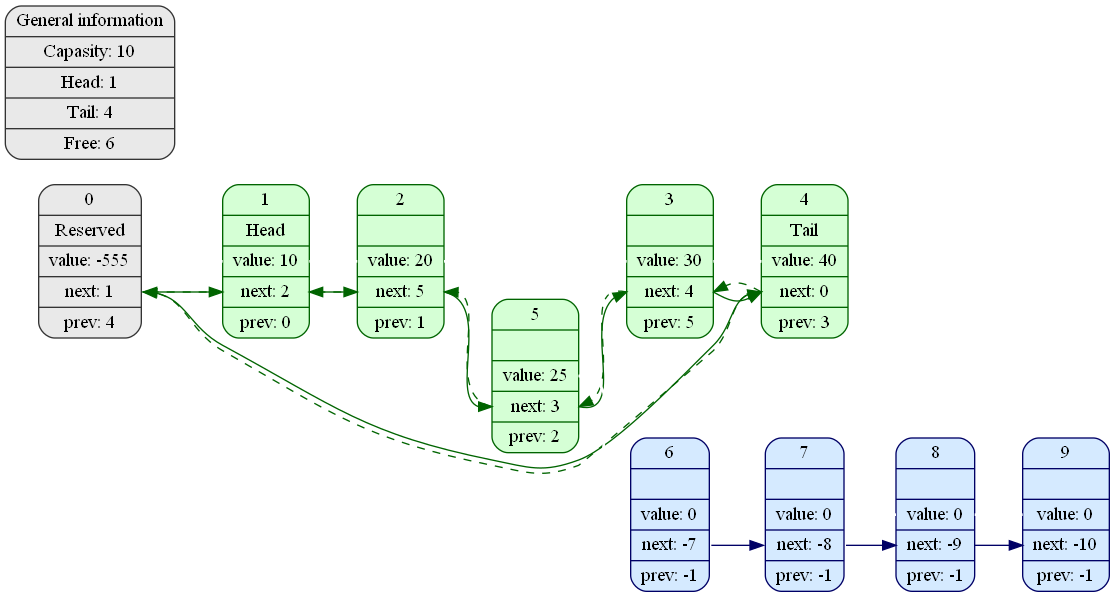
Above: ListPicture.png in KuchinaMA/Lists (Graphviz), before the change. Its source is kept beside it as ListPicture.dot.
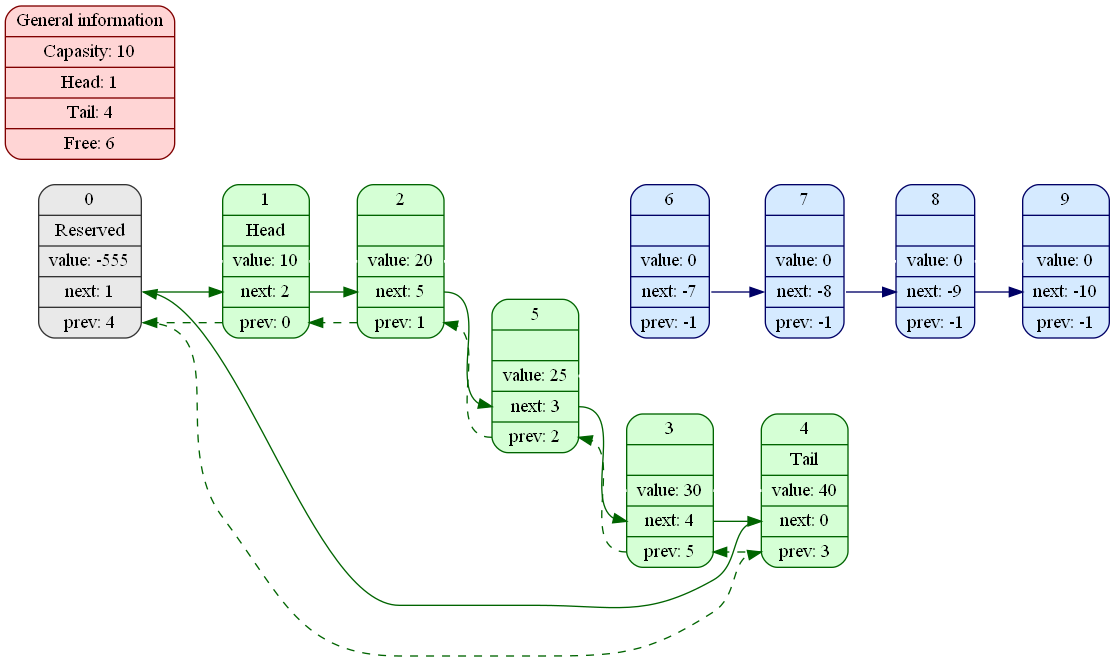
The same diagram one commit later.

What changed in the source:
```diff
@@ -18,14 +18,14 @@
   el3: <n3> -> el4: <n4> [color = "#006400"];
   el4: <n4> -> el0: <n0> [color = "#006400"];
   el0: <n0> -> el1: <n1> [color = "#006400"];
-  el4: <n4> -> el3: <n3> [color = "#006400", style = "dashed"];
-  el3: <n3> -> el5: <n5> [color = "#006400", style = "dashed"];
-  el5: <n5> -> el2: <n2> [color = "#006400", style = "dashed"];
-  el2: <n2> -> el1: <n1> [color = "#006400", style = "dashed"];
-  el1: <n1> -> el0: <n0> [color = "#006400", style = "dashed"];
-  el0: <n0> -> el4: <n4> [color = "#006400", style = "dashed"];
+  el4: <p4> -> el3: <p3> [color = "#006400", style = "dashed"];
+  el3: <p3> -> el5: <p5> [color = "#006400", style = "dashed"];
+  el5: <p5> -> el2: <p2> [color = "#006400", style = "dashed"];
+  el2: <p2> -> el1: <p1> [color = "#006400", style = "dashed"];
+  el1: <p1> -> el0: <p0> [color = "#006400", style = "dashed"];
+  el0: <p0> -> el4: <p4> [color = "#006400", style = "dashed"];
   el6: <n6> -> el7: <n7> [color = "#000066"];
   el7: <n7> -> el8: <n8> [color = "#000066"];
   el8: <n8> -> el9: <n9> [color = "#000066"];
-}{  general[color = "#333333", style = filled, fillcolor = "#E9E9E9", label = "General information |      Capasity: 10 | Head: 1 | Tail: 4 | Free: 6"];
+}{  general[color = "#800000", style = filled, fillcolor = "#FFD5D5", label = "General information |      Capasity: 10 | Head: 1 | Tail: 4 | Free: 6"];
 }}
```
